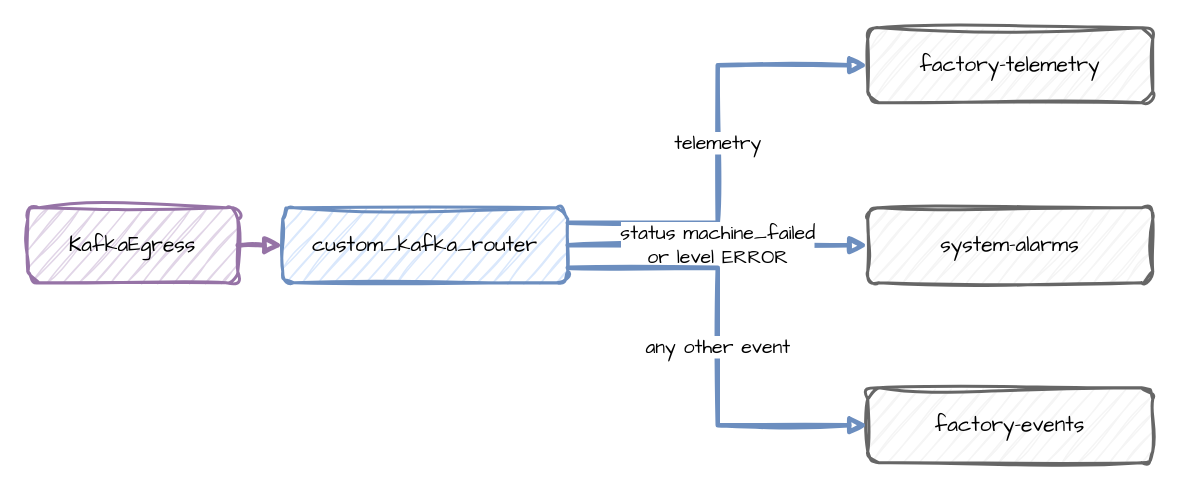
Before: docs/assets/diagrams/record-router.drawio in jaehyeon-kim/desflow, a draw.io diagram. Source tidied: cells renumbered, new cells numbered last; positions are measured from the earlier drawing's top-left corner, leaving out a move shared by most shapes. Both pictures are drawn from the tidied source at 150%, with x=0, y=0 at pixel (27, 27).
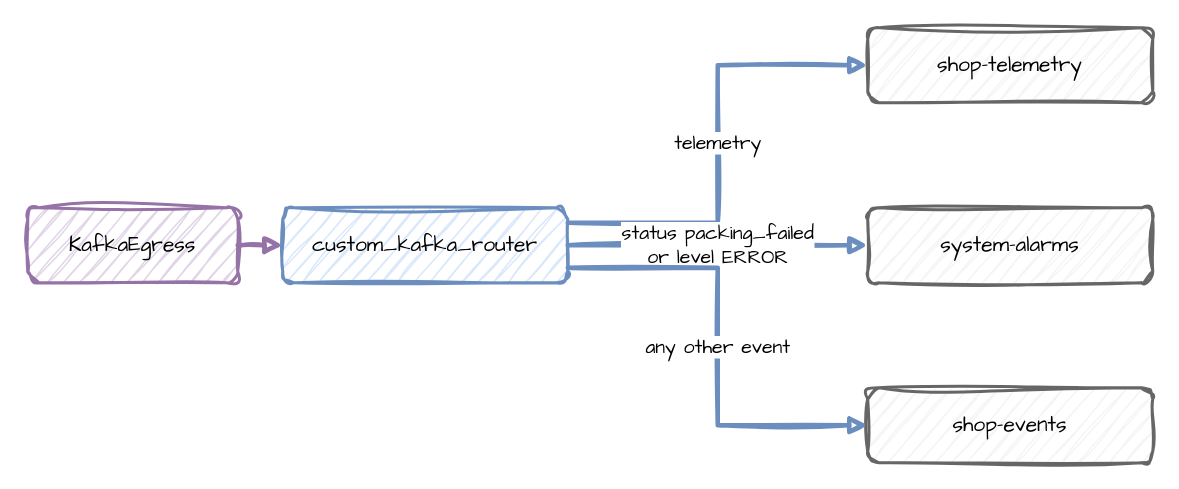
After the change.

Change to the diagram source:
```diff
@@
 <mxGraphModel>
   <root>
     <mxCell id="0" />
     <mxCell id="1" parent="0" />
     <mxCell id="2" value="KafkaEgress" style="rounded=1;whiteSpace=wrap;html=1;sketch=1;curveFitting=1;jiggle=2;fontFamily=Comic Sans MS;fontSize=14;fillColor=#e1d5e7;strokeColor=#9673a6;strokeWidth=2;" parent="1" vertex="1">
       <mxGeometry y="120" width="140" height="50" as="geometry" />
     </mxCell>
     <mxCell id="3" value="custom_kafka_router" style="rounded=1;whiteSpace=wrap;html=1;sketch=1;curveFitting=1;jiggle=2;fontFamily=Comic Sans MS;fontSize=14;fillColor=#dae8fc;strokeColor=#6c8ebf;strokeWidth=2;" parent="1" vertex="1">
       <mxGeometry x="170" y="120" width="190" height="50" as="geometry" />
     </mxCell>
-    <mxCell id="4" value="factory-telemetry" style="rounded=1;whiteSpace=wrap;html=1;sketch=1;curveFitting=1;jiggle=2;fontFamily=Comic Sans MS;fontSize=14;fillColor=#f5f5f5;strokeColor=#666666;strokeWidth=2;" parent="1" vertex="1">
+    <mxCell id="4" value="shop-telemetry" style="rounded=1;whiteSpace=wrap;html=1;sketch=1;curveFitting=1;jiggle=2;fontFamily=Comic Sans MS;fontSize=14;fillColor=#f5f5f5;strokeColor=#666666;strokeWidth=2;" parent="1" vertex="1">
       <mxGeometry x="560" width="190" height="50" as="geometry" />
     </mxCell>
     <mxCell id="5" value="system-alarms" style="rounded=1;whiteSpace=wrap;html=1;sketch=1;curveFitting=1;jiggle=2;fontFamily=Comic Sans MS;fontSize=14;fillColor=#f5f5f5;strokeColor=#666666;strokeWidth=2;" parent="1" vertex="1">
       <mxGeometry x="560" y="120" width="190" height="50" as="geometry" />
     </mxCell>
-    <mxCell id="6" value="factory-events" style="rounded=1;whiteSpace=wrap;html=1;sketch=1;curveFitting=1;jiggle=2;fontFamily=Comic Sans MS;fontSize=14;fillColor=#f5f5f5;strokeColor=#666666;strokeWidth=2;" parent="1" vertex="1">
+    <mxCell id="6" value="shop-events" style="rounded=1;whiteSpace=wrap;html=1;sketch=1;curveFitting=1;jiggle=2;fontFamily=Comic Sans MS;fontSize=14;fillColor=#f5f5f5;strokeColor=#666666;strokeWidth=2;" parent="1" vertex="1">
       <mxGeometry x="560" y="240" width="190" height="50" as="geometry" />
     </mxCell>
     <mxCell id="7" style="edgeStyle=orthogonalEdgeStyle;rounded=0;sketch=1;html=1;strokeWidth=3;endArrow=block;strokeColor=#9673a6;fontFamily=Comic Sans MS;fontSize=13;labelBackgroundColor=#ffffff;exitX=1;exitY=0.5;exitDx=0;exitDy=0;entryX=0;entryY=0.5;entryDx=0;entryDy=0;" parent="1" edge="1" source="2" target="3">
       <mxGeometry relative="1" as="geometry" />
     </mxCell>
     <mxCell id="8" value="telemetry" style="edgeStyle=orthogonalEdgeStyle;rounded=0;sketch=1;html=1;strokeWidth=3;endArrow=block;strokeColor=#6c8ebf;fontFamily=Comic Sans MS;fontSize=13;labelBackgroundColor=#ffffff;exitX=1;exitY=0.2;exitDx=0;exitDy=0;entryX=0;entryY=0.5;entryDx=0;entryDy=0;" parent="1" edge="1" source="3" target="4">
       <mxGeometry relative="1" as="geometry" />
     </mxCell>
-    <mxCell id="9" value="status machine_failed&lt;br&gt;or level ERROR" style="edgeStyle=orthogonalEdgeStyle;rounded=0;sketch=1;html=1;strokeWidth=3;endArrow=block;strokeColor=#6c8ebf;fontFamily=Comic Sans MS;fontSize=13;labelBackgroundColor=#ffffff;exitX=1;exitY=0.5;exitDx=0;exitDy=0;entryX=0;entryY=0.5;entryDx=0;entryDy=0;" parent="1" edge="1" source="3" target="5">
+    <mxCell id="9" value="status packing_failed&lt;br&gt;or level ERROR" style="edgeStyle=orthogonalEdgeStyle;rounded=0;sketch=1;html=1;strokeWidth=3;endArrow=block;strokeColor=#6c8ebf;fontFamily=Comic Sans MS;fontSize=13;labelBackgroundColor=#ffffff;exitX=1;exitY=0.5;exitDx=0;exitDy=0;entryX=0;entryY=0.5;entryDx=0;entryDy=0;" parent="1" edge="1" source="3" target="5">
       <mxGeometry relative="1" as="geometry" />
     </mxCell>
     <mxCell id="10" value="any other event" style="edgeStyle=orthogonalEdgeStyle;rounded=0;sketch=1;html=1;strokeWidth=3;endArrow=block;strokeColor=#6c8ebf;fontFamily=Comic Sans MS;fontSize=13;labelBackgroundColor=#ffffff;exitX=1;exitY=0.8;exitDx=0;exitDy=0;entryX=0;entryY=0.5;entryDx=0;entryDy=0;" parent="1" edge="1" source="3" target="6">
       <mxGeometry relative="1" as="geometry" />
     </mxCell>
   </root>
 </mxGraphModel>
```
